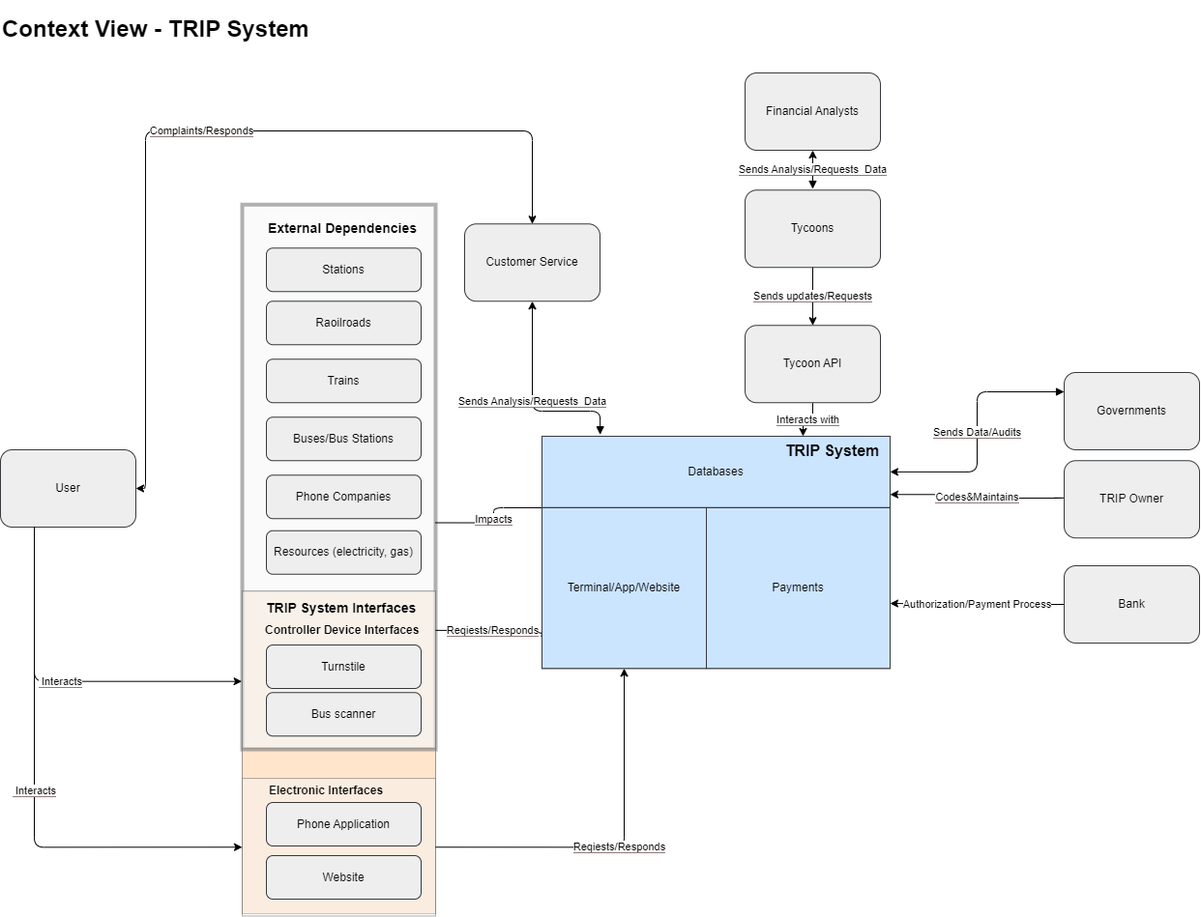
This is drawings/views_draft3/context_view.png from aleCombi/SoftwareArchitecture, a draw.io export, as it was before one commit. Source tidied: cells renumbered, new cells last; positions are measured from the earlier drawing's top-left corner, leaving out a move shared by most shapes.
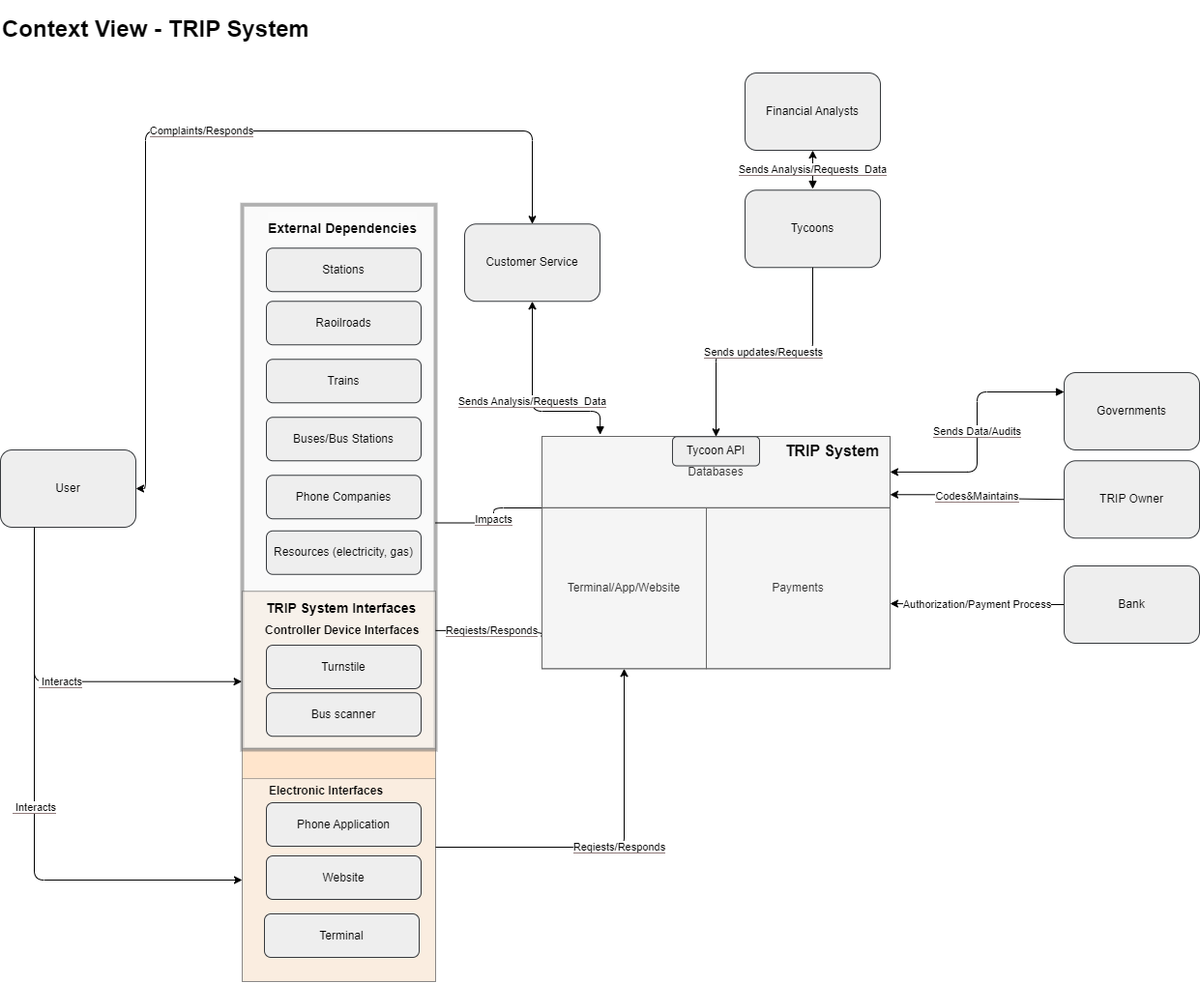
Above is the later version.

Commit message:
updated context view

Diff of the diagram source:
```diff
@@ -6,7 +6,7 @@
       <mxGeometry x="560" y="436.2" width="360" height="240" as="geometry" />
     </mxCell>
     <mxCell id="3" style="whiteSpace=wrap;html=1;shadow=0;glass=0;sketch=0;opacity=50;fillColor=#ffcc99;strokeColor=#36393d;" parent="1" vertex="1">
-      <mxGeometry x="250" y="596.2" width="200" height="333.8" as="geometry" />
+      <mxGeometry x="250" y="596.2" width="200" height="403.8" as="geometry" />
     </mxCell>
     <mxCell id="4" style="whiteSpace=wrap;html=1;shadow=0;glass=0;sketch=0;opacity=50;fillColor=#f5f5f5;strokeColor=#666666;fontColor=#333333;strokeWidth=4;" parent="1" vertex="1">
       <mxGeometry x="250" y="196.2" width="200" height="563.8" as="geometry" />
@@ -59,12 +59,6 @@
     <mxCell id="14" value="Trains" style="rounded=1;whiteSpace=wrap;html=1;fillColor=#eeeeee;strokeColor=#36393d;" parent="1" vertex="1">
       <mxGeometry x="275" y="356.2" width="160" height="45" as="geometry" />
     </mxCell>
-    <mxCell id="15" value="&lt;span style=&quot;background-color: rgb(255, 255, 255);&quot;&gt;Interacts with&lt;/span&gt;" style="edgeStyle=orthogonalEdgeStyle;html=1;exitX=0.5;exitY=1;exitDx=0;exitDy=0;labelBackgroundColor=#907a7a;strokeColor=#000000;fontColor=#000000;startArrow=none;startFill=0;endArrow=classic;endFill=1;entryX=0.75;entryY=0;entryDx=0;entryDy=0;" parent="1" edge="1" source="16" target="43">
-      <mxGeometry relative="1" as="geometry" />
-    </mxCell>
-    <mxCell id="16" value="Tycoon API" style="rounded=1;whiteSpace=wrap;html=1;fillColor=#eeeeee;strokeColor=#36393d;" parent="1" vertex="1">
-      <mxGeometry x="770" y="321.2" width="140" height="80" as="geometry" />
-    </mxCell>
     <mxCell id="17" value="Tycoons" style="rounded=1;whiteSpace=wrap;html=1;fillColor=#eeeeee;strokeColor=#36393d;" parent="1" vertex="1">
       <mxGeometry x="770" y="181.2" width="140" height="80" as="geometry" />
     </mxCell>
@@ -144,7 +138,7 @@
       <mxGeometry width="670" height="30" as="geometry" />
     </mxCell>
     <mxCell id="35" style="whiteSpace=wrap;html=1;shadow=0;glass=0;sketch=0;opacity=50;fillColor=#f5f5f5;strokeColor=#666666;fontColor=#333333;" parent="1" vertex="1">
-      <mxGeometry x="250" y="790" width="200" height="142.5" as="geometry" />
+      <mxGeometry x="250" y="790" width="200" height="210" as="geometry" />
     </mxCell>
     <mxCell id="36" value="Phone Application" style="rounded=1;whiteSpace=wrap;html=1;fillColor=#eeeeee;strokeColor=#36393d;" parent="1" vertex="1">
       <mxGeometry x="275" y="815" width="160" height="45" as="geometry" />
@@ -164,24 +158,31 @@
     <mxCell id="41" value="&lt;span style=&quot;background-color: rgb(255, 255, 255);&quot;&gt;&amp;nbsp;Interacts&lt;/span&gt;" style="edgeStyle=orthogonalEdgeStyle;html=1;exitX=0.25;exitY=1;exitDx=0;exitDy=0;labelBackgroundColor=#907a7a;strokeColor=#000000;fontColor=#000000;startArrow=none;startFill=0;entryX=0;entryY=0.5;entryDx=0;entryDy=0;" parent="1" edge="1" source="26" target="35">
       <mxGeometry relative="1" as="geometry" />
     </mxCell>
-    <mxCell id="42" value="&lt;span style=&quot;background-color: rgb(255, 255, 255);&quot;&gt;Reqiests/Responds&lt;/span&gt;" style="edgeStyle=orthogonalEdgeStyle;html=1;exitX=1;exitY=0.5;exitDx=0;exitDy=0;labelBackgroundColor=#907a7a;strokeColor=#000000;fontColor=#000000;startArrow=none;startFill=0;endArrow=classic;endFill=1;entryX=0.5;entryY=1;entryDx=0;entryDy=0;" parent="1" edge="1" source="35" target="45">
+    <mxCell id="42" value="&lt;span style=&quot;background-color: rgb(255, 255, 255);&quot;&gt;Reqiests/Responds&lt;/span&gt;" style="edgeStyle=orthogonalEdgeStyle;html=1;labelBackgroundColor=#907a7a;strokeColor=#000000;fontColor=#000000;startArrow=none;startFill=0;endArrow=classic;endFill=1;entryX=0.5;entryY=1;entryDx=0;entryDy=0;" parent="1" edge="1" target="45">
       <mxGeometry relative="1" as="geometry">
+        <mxPoint x="450" y="861" as="sourcePoint" />
         <Array as="points">
           <mxPoint x="645" y="861" />
         </Array>
       </mxGeometry>
     </mxCell>
-    <mxCell id="43" value="Databases" style="rounded=0;whiteSpace=wrap;html=1;fillColor=#cce5ff;strokeColor=#36393d;" parent="1" vertex="1">
+    <mxCell id="43" value="Databases" style="rounded=0;whiteSpace=wrap;html=1;fillColor=#f5f5f5;strokeColor=#666666;fontColor=#333333;" parent="1" vertex="1">
       <mxGeometry x="560" y="436" width="360" height="73.8" as="geometry" />
     </mxCell>
     <mxCell id="44" value="&lt;b&gt;&lt;font style=&quot;font-size: 16px;&quot;&gt;TRIP System&lt;/font&gt;&lt;/b&gt;" style="text;html=1;align=center;verticalAlign=middle;strokeColor=none;fillColor=none;" parent="1" vertex="1">
       <mxGeometry x="800" y="436.2" width="120" height="30" as="geometry" />
     </mxCell>
-    <mxCell id="45" value="Terminal/App/Website" style="rounded=0;whiteSpace=wrap;html=1;fillColor=#cce5ff;strokeColor=#36393d;" parent="1" vertex="1">
+    <mxCell id="45" value="Terminal/App/Website" style="rounded=0;whiteSpace=wrap;html=1;fillColor=#f5f5f5;strokeColor=#666666;fontColor=#333333;" parent="1" vertex="1">
       <mxGeometry x="560" y="510" width="170" height="166.2" as="geometry" />
     </mxCell>
-    <mxCell id="46" value="Payments" style="rounded=0;whiteSpace=wrap;html=1;fillColor=#cce5ff;strokeColor=#36393d;" parent="1" vertex="1">
+    <mxCell id="46" value="Payments" style="rounded=0;whiteSpace=wrap;html=1;fillColor=#f5f5f5;strokeColor=#666666;fontColor=#333333;" parent="1" vertex="1">
       <mxGeometry x="730" y="510" width="190" height="166.2" as="geometry" />
     </mxCell>
+    <mxCell id="16" value="Tycoon API" style="rounded=1;whiteSpace=wrap;html=1;fillColor=#eeeeee;strokeColor=#36393d;" parent="1" vertex="1">
+      <mxGeometry x="695" y="436.2" width="90" height="30.2" as="geometry" />
+    </mxCell>
+    <mxCell id="47" value="Terminal" style="rounded=1;whiteSpace=wrap;html=1;fillColor=#eeeeee;strokeColor=#36393d;" parent="1" vertex="1">
+      <mxGeometry x="273" y="930" width="160" height="45" as="geometry" />
+    </mxCell>
   </root>
 </mxGraphModel>
```
